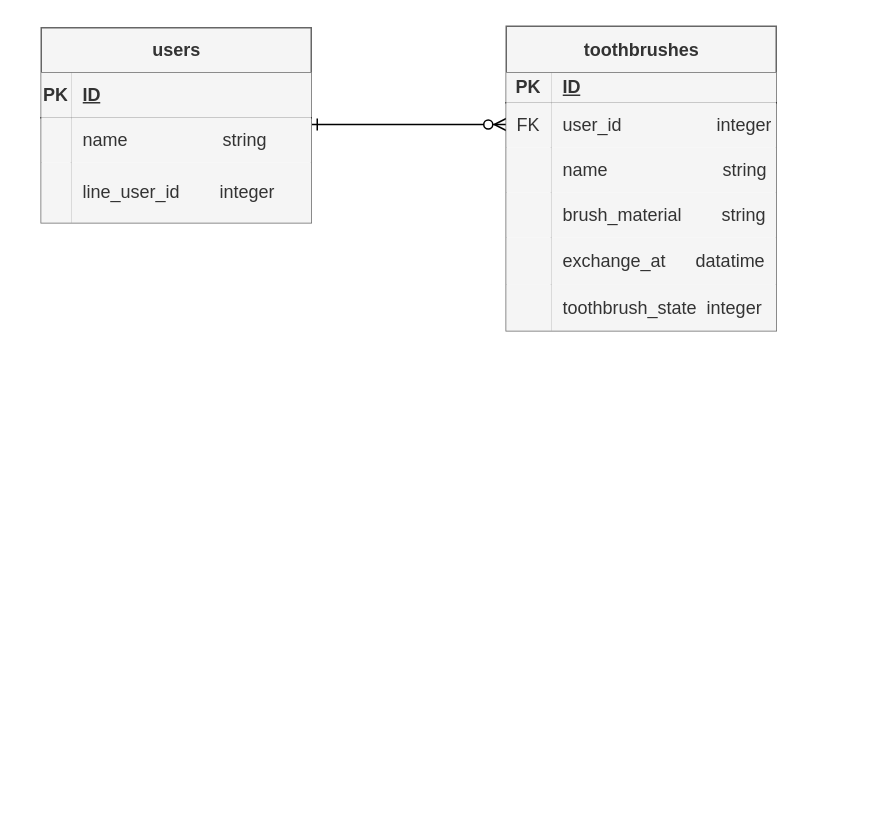
TAMETOMO8/Haburashi_Life keeps this draw.io diagram as Haburashi_Life_ER.drawio. Above is the earlier version. Source tidied: cells renumbered, new cells numbered last; positions are measured from the earlier drawing's top-left corner, leaving out a move shared by most shapes. Both pictures are drawn from the tidied source at 150%, with x=0, y=0 at pixel (40, 26).
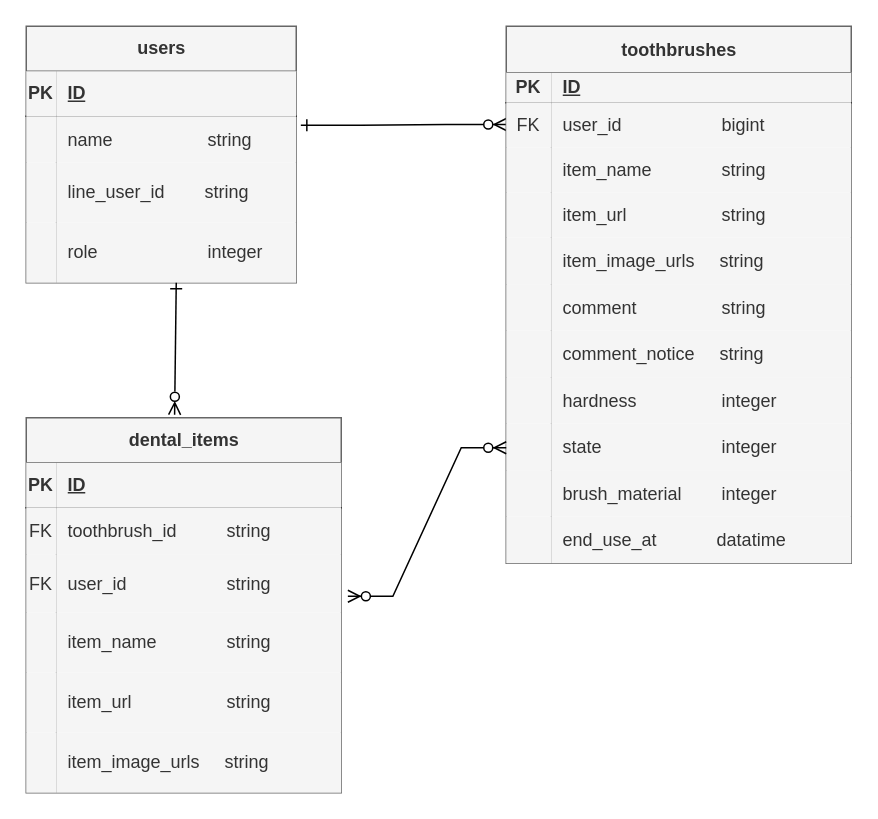
The same diagram, later.

Commit message:
Update:新しいER図に更新

What changed in the source:
```diff
@@
-    <mxCell id="2" style="edgeStyle=entityRelationEdgeStyle;endArrow=ERzeroToMany;startArrow=ERone;endFill=1;startFill=0;" parent="1" edge="1">
+    <mxCell id="2" style="edgeStyle=entityRelationEdgeStyle;endArrow=ERzeroToMany;startArrow=ERone;endFill=1;startFill=0;exitX=1.017;exitY=0.196;exitDx=0;exitDy=0;exitPerimeter=0;" parent="1" edge="1" source="7">
       <mxGeometry relative="1" as="geometry">
-        <mxPoint x="180" y="65.5" as="sourcePoint" />
         <mxPoint x="310" y="65.5" as="targetPoint" />
       </mxGeometry>
     </mxCell>
     <mxCell id="3" value="users" style="shape=table;startSize=30;childLayout=tableLayout;rowLines=0;fontStyle=1;align=center;html=1;fillColor=#f5f5f5;fontColor=#333333;strokeColor=#666666;" parent="1" vertex="1">
-      <mxGeometry y="1" width="180" height="130" as="geometry" />
+      <mxGeometry x="-10" width="180" height="171" as="geometry" />
     </mxCell>
@@
     <mxCell id="7" style="shape=tableRow;horizontal=0;startSize=0;swimlaneHead=0;swimlaneBody=0;fillColor=none;points=[[0,0.5],[1,0.5]];portConstraint=eastwest;top=0;left=0;right=0;bottom=0;" parent="3" vertex="1">
-      <mxGeometry y="60" width="180" height="30" as="geometry" />
+      <mxGeometry y="60" width="180" height="31" as="geometry" />
     </mxCell>
     <mxCell id="8" style="shape=partialRectangle;fillColor=#f5f5f5;top=0;left=0;bottom=0;right=0;overflow=hidden;whiteSpace=wrap;html=1;fontColor=#333333;strokeColor=#666666;" parent="7" vertex="1">
-      <mxGeometry width="20" height="30" as="geometry" />
+      <mxGeometry width="20" height="31" as="geometry" />
     </mxCell>
     <mxCell id="9" value="name&amp;nbsp; &amp;nbsp; &amp;nbsp; &amp;nbsp; &amp;nbsp; &amp;nbsp; &amp;nbsp; &amp;nbsp; &amp;nbsp; &amp;nbsp;string" style="shape=partialRectangle;fillColor=#f5f5f5;top=0;left=0;bottom=0;right=0;align=left;spacingLeft=6;overflow=hidden;whiteSpace=wrap;html=1;fontColor=#333333;strokeColor=#666666;" parent="7" vertex="1">
-      <mxGeometry x="20" width="160" height="30" as="geometry" />
+      <mxGeometry x="20" width="160" height="31" as="geometry" />
     </mxCell>
     <mxCell id="10" style="shape=tableRow;horizontal=0;startSize=0;swimlaneHead=0;swimlaneBody=0;fillColor=none;top=0;left=0;right=0;bottom=0;" parent="3" vertex="1">
-      <mxGeometry y="90" width="180" height="40" as="geometry" />
+      <mxGeometry y="91" width="180" height="40" as="geometry" />
     </mxCell>
@@
-    <mxCell id="12" value="line_user_id&amp;nbsp; &amp;nbsp; &amp;nbsp; &amp;nbsp; integer" style="shape=partialRectangle;fillColor=#f5f5f5;top=0;left=0;bottom=0;right=0;align=left;spacingLeft=6;overflow=hidden;whiteSpace=wrap;html=1;fontColor=#333333;strokeColor=#666666;" parent="10" vertex="1">
+    <mxCell id="12" value="line_user_id&amp;nbsp; &amp;nbsp; &amp;nbsp; &amp;nbsp; string" style="shape=partialRectangle;fillColor=#f5f5f5;top=0;left=0;bottom=0;right=0;align=left;spacingLeft=6;overflow=hidden;whiteSpace=wrap;html=1;fontColor=#333333;strokeColor=#666666;" parent="10" vertex="1">
       <mxGeometry x="20" width="160" height="40" as="geometry" />
     </mxCell>
+    <mxCell id="32" style="shape=tableRow;horizontal=0;startSize=0;swimlaneHead=0;swimlaneBody=0;fillColor=none;top=0;left=0;right=0;bottom=0;" parent="3" vertex="1">
+      <mxGeometry y="131" width="180" height="40" as="geometry" />
+    </mxCell>
+    <mxCell id="33" style="shape=partialRectangle;fillColor=#f5f5f5;top=0;left=0;bottom=0;right=0;overflow=hidden;whiteSpace=wrap;html=1;fontColor=#333333;strokeColor=#666666;" parent="32" vertex="1">
+      <mxGeometry width="20" height="40" as="geometry" />
+    </mxCell>
+    <mxCell id="34" value="role&amp;nbsp; &amp;nbsp; &amp;nbsp; &amp;nbsp; &amp;nbsp; &amp;nbsp; &amp;nbsp; &amp;nbsp; &amp;nbsp; &amp;nbsp; &amp;nbsp; integer" style="shape=partialRectangle;fillColor=#f5f5f5;top=0;left=0;bottom=0;right=0;align=left;spacingLeft=6;overflow=hidden;whiteSpace=wrap;html=1;fontColor=#333333;strokeColor=#666666;" parent="32" vertex="1">
+      <mxGeometry x="20" width="160" height="40" as="geometry" />
+    </mxCell>
     <mxCell id="13" value="toothbrushes" style="shape=table;startSize=31;childLayout=tableLayout;rowLines=0;fontStyle=1;align=center;html=1;swimlaneFillColor=default;fillColor=#f5f5f5;fontColor=#333333;strokeColor=#666666;" parent="1" vertex="1">
-      <mxGeometry x="310" width="180" height="203" as="geometry" />
+      <mxGeometry x="310" width="230" height="358" as="geometry" />
     </mxCell>
     <mxCell id="14" style="shape=tableRow;horizontal=0;startSize=0;swimlaneHead=0;swimlaneBody=0;fillColor=none;top=0;left=0;right=0;bottom=1;" parent="13" vertex="1">
-      <mxGeometry y="31" width="180" height="20" as="geometry" />
+      <mxGeometry y="31" width="230" height="20" as="geometry" />
     </mxCell>
@@
     <mxCell id="16" value="ID" style="shape=partialRectangle;fillColor=#f5f5f5;top=0;left=0;bottom=0;right=0;align=left;spacingLeft=6;fontStyle=5;overflow=hidden;whiteSpace=wrap;html=1;fontColor=#333333;strokeColor=#666666;" parent="14" vertex="1">
-      <mxGeometry x="30" width="150" height="20" as="geometry" />
+      <mxGeometry x="30" width="200" height="20" as="geometry" />
     </mxCell>
     <mxCell id="17" style="shape=tableRow;horizontal=0;startSize=0;swimlaneHead=0;swimlaneBody=0;fillColor=none;top=0;left=0;right=0;bottom=0;" parent="13" vertex="1">
-      <mxGeometry y="51" width="180" height="30" as="geometry" />
+      <mxGeometry y="51" width="230" height="30" as="geometry" />
     </mxCell>
@@
-    <mxCell id="19" value="user_id&amp;nbsp; &amp;nbsp; &amp;nbsp; &amp;nbsp; &amp;nbsp; &amp;nbsp; &amp;nbsp; &amp;nbsp; &amp;nbsp; &amp;nbsp;integer" style="shape=partialRectangle;fillColor=#f5f5f5;top=0;left=0;bottom=0;right=0;align=left;spacingLeft=6;overflow=hidden;whiteSpace=wrap;html=1;fontColor=#333333;strokeColor=#666666;" parent="17" vertex="1">
-      <mxGeometry x="30" width="150" height="30" as="geometry" />
+    <mxCell id="19" value="user_id&amp;nbsp; &amp;nbsp; &amp;nbsp; &amp;nbsp; &amp;nbsp; &amp;nbsp; &amp;nbsp; &amp;nbsp; &amp;nbsp; &amp;nbsp; bigint" style="shape=partialRectangle;fillColor=#f5f5f5;top=0;left=0;bottom=0;right=0;align=left;spacingLeft=6;overflow=hidden;whiteSpace=wrap;html=1;fontColor=#333333;strokeColor=#666666;" parent="17" vertex="1">
+      <mxGeometry x="30" width="200" height="30" as="geometry" />
     </mxCell>
     <mxCell id="20" style="shape=tableRow;horizontal=0;startSize=0;swimlaneHead=0;swimlaneBody=0;fillColor=none;top=0;left=0;right=0;bottom=0;" parent="13" vertex="1">
-      <mxGeometry y="81" width="180" height="30" as="geometry" />
+      <mxGeometry y="81" width="230" height="30" as="geometry" />
     </mxCell>
@@
-    <mxCell id="22" value="name&amp;nbsp; &amp;nbsp; &amp;nbsp; &amp;nbsp; &amp;nbsp; &amp;nbsp; &amp;nbsp; &amp;nbsp; &amp;nbsp; &amp;nbsp; &amp;nbsp; &amp;nbsp;string" style="shape=partialRectangle;top=0;left=0;bottom=0;right=0;align=left;spacingLeft=6;overflow=hidden;whiteSpace=wrap;html=1;fillColor=#f5f5f5;fontColor=#333333;strokeColor=#666666;" parent="20" vertex="1">
-      <mxGeometry x="30" width="150" height="30" as="geometry" />
+    <mxCell id="22" value="item_name&amp;nbsp; &amp;nbsp; &amp;nbsp; &amp;nbsp; &amp;nbsp; &amp;nbsp; &amp;nbsp; string" style="shape=partialRectangle;top=0;left=0;bottom=0;right=0;align=left;spacingLeft=6;overflow=hidden;whiteSpace=wrap;html=1;fillColor=#f5f5f5;fontColor=#333333;strokeColor=#666666;" parent="20" vertex="1">
+      <mxGeometry x="30" width="200" height="30" as="geometry" />
     </mxCell>
-    <mxCell id="23" style="shape=tableRow;horizontal=0;startSize=0;swimlaneHead=0;swimlaneBody=0;fillColor=none;top=0;left=0;right=0;bottom=0;" parent="13" vertex="1">
-      <mxGeometry y="111" width="180" height="30" as="geometry" />
-    </mxCell>
-    <mxCell id="24" style="shape=partialRectangle;top=0;left=0;bottom=0;right=0;overflow=hidden;whiteSpace=wrap;html=1;fillColor=#f5f5f5;fontColor=#333333;strokeColor=#666666;" parent="23" vertex="1">
-      <mxGeometry width="30" height="30" as="geometry" />
-    </mxCell>
-    <mxCell id="25" value="brush_material&amp;nbsp; &amp;nbsp; &amp;nbsp; &amp;nbsp; string" style="shape=partialRectangle;fillColor=#f5f5f5;top=0;left=0;bottom=0;right=0;align=left;spacingLeft=6;overflow=hidden;whiteSpace=wrap;html=1;fontColor=#333333;strokeColor=#666666;" parent="23" vertex="1">
-      <mxGeometry x="30" width="150" height="30" as="geometry" />
-    </mxCell>
+    <mxCell id="35" style="shape=tableRow;horizontal=0;startSize=0;swimlaneHead=0;swimlaneBody=0;fillColor=none;top=0;left=0;right=0;bottom=0;" parent="13" vertex="1">
+      <mxGeometry y="111" width="230" height="30" as="geometry" />
+    </mxCell>
+    <mxCell id="36" style="shape=partialRectangle;fillColor=#f5f5f5;top=0;left=0;bottom=0;right=0;overflow=hidden;whiteSpace=wrap;html=1;fontColor=#333333;strokeColor=#666666;" parent="35" vertex="1">
+      <mxGeometry width="30" height="30" as="geometry" />
+    </mxCell>
+    <mxCell id="37" value="item_url&amp;nbsp; &amp;nbsp; &amp;nbsp; &amp;nbsp; &amp;nbsp; &amp;nbsp; &amp;nbsp; &amp;nbsp; &amp;nbsp; &amp;nbsp;string" style="shape=partialRectangle;fillColor=#f5f5f5;top=0;left=0;bottom=0;right=0;align=left;spacingLeft=6;overflow=hidden;whiteSpace=wrap;html=1;fontColor=#333333;strokeColor=#666666;" parent="35" vertex="1">
+      <mxGeometry x="30" width="200" height="30" as="geometry" />
+    </mxCell>
+    <mxCell id="38" style="shape=tableRow;horizontal=0;startSize=0;swimlaneHead=0;swimlaneBody=0;fillColor=none;top=0;left=0;right=0;bottom=0;" parent="13" vertex="1">
+      <mxGeometry y="141" width="230" height="31" as="geometry" />
+    </mxCell>
+    <mxCell id="39" style="shape=partialRectangle;fillColor=#f5f5f5;top=0;left=0;bottom=0;right=0;overflow=hidden;whiteSpace=wrap;html=1;fontColor=#333333;strokeColor=#666666;" parent="38" vertex="1">
+      <mxGeometry width="30" height="31" as="geometry" />
+    </mxCell>
+    <mxCell id="40" value="item_image_urls&amp;nbsp; &amp;nbsp; &amp;nbsp;string" style="shape=partialRectangle;fillColor=#f5f5f5;top=0;left=0;bottom=0;right=0;align=left;spacingLeft=6;overflow=hidden;whiteSpace=wrap;html=1;fontColor=#333333;strokeColor=#666666;" parent="38" vertex="1">
+      <mxGeometry x="30" width="200" height="31" as="geometry" />
+    </mxCell>
+    <mxCell id="41" style="shape=tableRow;horizontal=0;startSize=0;swimlaneHead=0;swimlaneBody=0;fillColor=none;top=0;left=0;right=0;bottom=0;" parent="13" vertex="1">
+      <mxGeometry y="172" width="230" height="31" as="geometry" />
+    </mxCell>
+    <mxCell id="42" style="shape=partialRectangle;fillColor=#f5f5f5;top=0;left=0;bottom=0;right=0;overflow=hidden;whiteSpace=wrap;html=1;fontColor=#333333;strokeColor=#666666;" parent="41" vertex="1">
+      <mxGeometry width="30" height="31" as="geometry" />
+    </mxCell>
+    <mxCell id="43" value="comment&amp;nbsp; &amp;nbsp; &amp;nbsp; &amp;nbsp; &amp;nbsp; &amp;nbsp; &amp;nbsp; &amp;nbsp; &amp;nbsp;string" style="shape=partialRectangle;fillColor=#f5f5f5;top=0;left=0;bottom=0;right=0;align=left;spacingLeft=6;overflow=hidden;whiteSpace=wrap;html=1;fontColor=#333333;strokeColor=#666666;" parent="41" vertex="1">
+      <mxGeometry x="30" width="200" height="31" as="geometry" />
+    </mxCell>
+    <mxCell id="44" style="shape=tableRow;horizontal=0;startSize=0;swimlaneHead=0;swimlaneBody=0;fillColor=none;top=0;left=0;right=0;bottom=0;" parent="13" vertex="1">
+      <mxGeometry y="203" width="230" height="31" as="geometry" />
+    </mxCell>
+    <mxCell id="45" style="shape=partialRectangle;fillColor=#f5f5f5;top=0;left=0;bottom=0;right=0;overflow=hidden;whiteSpace=wrap;html=1;fontColor=#333333;strokeColor=#666666;" parent="44" vertex="1">
+      <mxGeometry width="30" height="31" as="geometry" />
+    </mxCell>
+    <mxCell id="46" value="comment_notice&amp;nbsp; &amp;nbsp; &amp;nbsp;string&amp;nbsp;" style="shape=partialRectangle;fillColor=#f5f5f5;top=0;left=0;bottom=0;right=0;align=left;spacingLeft=6;overflow=hidden;whiteSpace=wrap;html=1;fontColor=#333333;strokeColor=#666666;" parent="44" vertex="1">
+      <mxGeometry x="30" width="200" height="31" as="geometry" />
+    </mxCell>
     <mxCell id="26" style="shape=tableRow;horizontal=0;startSize=0;swimlaneHead=0;swimlaneBody=0;fillColor=none;top=0;left=0;right=0;bottom=0;" parent="13" vertex="1">
-      <mxGeometry y="141" width="180" height="31" as="geometry" />
+      <mxGeometry y="234" width="230" height="31" as="geometry" />
     </mxCell>
@@
-    <mxCell id="28" value="exchange_at&amp;nbsp; &amp;nbsp; &amp;nbsp; datatime" style="shape=partialRectangle;fillColor=#f5f5f5;top=0;left=0;bottom=0;right=0;align=left;spacingLeft=6;overflow=hidden;whiteSpace=wrap;html=1;fontColor=#333333;strokeColor=#666666;" parent="26" vertex="1">
-      <mxGeometry x="30" width="150" height="31" as="geometry" />
+    <mxCell id="28" value="hardness&amp;nbsp; &amp;nbsp; &amp;nbsp; &amp;nbsp; &amp;nbsp; &amp;nbsp; &amp;nbsp; &amp;nbsp; &amp;nbsp;integer" style="shape=partialRectangle;fillColor=#f5f5f5;top=0;left=0;bottom=0;right=0;align=left;spacingLeft=6;overflow=hidden;whiteSpace=wrap;html=1;fontColor=#333333;strokeColor=#666666;" parent="26" vertex="1">
+      <mxGeometry x="30" width="200" height="31" as="geometry" />
     </mxCell>
     <mxCell id="29" style="shape=tableRow;horizontal=0;startSize=0;swimlaneHead=0;swimlaneBody=0;fillColor=none;top=0;left=0;right=0;bottom=0;" parent="13" vertex="1">
-      <mxGeometry y="172" width="180" height="31" as="geometry" />
+      <mxGeometry y="265" width="230" height="31" as="geometry" />
     </mxCell>
@@
-    <mxCell id="31" value="toothbrush_state&amp;nbsp; integer" style="shape=partialRectangle;fillColor=#f5f5f5;top=0;left=0;bottom=0;right=0;align=left;spacingLeft=6;overflow=hidden;whiteSpace=wrap;html=1;fontColor=#333333;strokeColor=#666666;" parent="29" vertex="1">
-      <mxGeometry x="30" width="150" height="31" as="geometry" />
+    <mxCell id="31" value="state&amp;nbsp; &amp;nbsp; &amp;nbsp; &amp;nbsp; &amp;nbsp; &amp;nbsp; &amp;nbsp; &amp;nbsp; &amp;nbsp; &amp;nbsp; &amp;nbsp; &amp;nbsp; integer" style="shape=partialRectangle;fillColor=#f5f5f5;top=0;left=0;bottom=0;right=0;align=left;spacingLeft=6;overflow=hidden;whiteSpace=wrap;html=1;fontColor=#333333;strokeColor=#666666;" parent="29" vertex="1">
+      <mxGeometry x="30" width="200" height="31" as="geometry" />
     </mxCell>
+    <mxCell id="47" style="shape=tableRow;horizontal=0;startSize=0;swimlaneHead=0;swimlaneBody=0;fillColor=none;top=0;left=0;right=0;bottom=0;" parent="13" vertex="1">
+      <mxGeometry y="296" width="230" height="31" as="geometry" />
+    </mxCell>
+    <mxCell id="48" style="shape=partialRectangle;fillColor=#f5f5f5;top=0;left=0;bottom=0;right=0;overflow=hidden;whiteSpace=wrap;html=1;fontColor=#333333;strokeColor=#666666;" parent="47" vertex="1">
+      <mxGeometry width="30" height="31" as="geometry" />
+    </mxCell>
+    <mxCell id="49" value="brush_material&amp;nbsp; &amp;nbsp; &amp;nbsp; &amp;nbsp; integer" style="shape=partialRectangle;fillColor=#f5f5f5;top=0;left=0;bottom=0;right=0;align=left;spacingLeft=6;overflow=hidden;whiteSpace=wrap;html=1;fontColor=#333333;strokeColor=#666666;" parent="47" vertex="1">
+      <mxGeometry x="30" width="200" height="31" as="geometry" />
+    </mxCell>
+    <mxCell id="50" style="shape=tableRow;horizontal=0;startSize=0;swimlaneHead=0;swimlaneBody=0;fillColor=none;top=0;left=0;right=0;bottom=0;" parent="13" vertex="1">
+      <mxGeometry y="327" width="230" height="31" as="geometry" />
+    </mxCell>
+    <mxCell id="51" style="shape=partialRectangle;fillColor=#f5f5f5;top=0;left=0;bottom=0;right=0;overflow=hidden;whiteSpace=wrap;html=1;fontColor=#333333;strokeColor=#666666;" parent="50" vertex="1">
+      <mxGeometry width="30" height="31" as="geometry" />
+    </mxCell>
+    <mxCell id="52" value="end_use_at&amp;nbsp; &amp;nbsp; &amp;nbsp; &amp;nbsp; &amp;nbsp; &amp;nbsp; datatime" style="shape=partialRectangle;fillColor=#f5f5f5;top=0;left=0;bottom=0;right=0;align=left;spacingLeft=6;overflow=hidden;whiteSpace=wrap;html=1;fontColor=#333333;strokeColor=#666666;" parent="50" vertex="1">
+      <mxGeometry x="30" width="200" height="31" as="geometry" />
+    </mxCell>
+    <mxCell id="53" value="dental_items" style="shape=table;startSize=30;childLayout=tableLayout;rowLines=0;fontStyle=1;align=center;html=1;fillColor=#f5f5f5;fontColor=#333333;strokeColor=#666666;" parent="1" vertex="1">
+      <mxGeometry x="-10" y="261" width="210" height="250" as="geometry" />
+    </mxCell>
+    <mxCell id="54" style="shape=tableRow;horizontal=0;startSize=0;swimlaneHead=0;swimlaneBody=0;fillColor=none;top=0;left=0;right=0;bottom=1;strokeColor=#000000;" parent="53" vertex="1">
+      <mxGeometry y="30" width="210" height="30" as="geometry" />
+    </mxCell>
+    <mxCell id="55" value="PK" style="shape=partialRectangle;fillColor=#f5f5f5;top=0;left=0;bottom=0;right=0;fontStyle=1;overflow=hidden;whiteSpace=wrap;html=1;fontColor=#333333;strokeColor=#666666;" parent="54" vertex="1">
+      <mxGeometry width="20" height="30" as="geometry" />
+    </mxCell>
+    <mxCell id="56" value="ID" style="shape=partialRectangle;fillColor=#f5f5f5;top=0;left=0;bottom=0;right=0;align=left;spacingLeft=6;fontStyle=5;overflow=hidden;whiteSpace=wrap;html=1;fontColor=#333333;strokeColor=#666666;" parent="54" vertex="1">
+      <mxGeometry x="20" width="190" height="30" as="geometry" />
+    </mxCell>
+    <mxCell id="57" style="shape=tableRow;horizontal=0;startSize=0;swimlaneHead=0;swimlaneBody=0;fillColor=none;top=0;left=0;right=0;bottom=0;" parent="53" vertex="1">
+      <mxGeometry y="60" width="210" height="31" as="geometry" />
+    </mxCell>
+    <mxCell id="58" value="FK" style="shape=partialRectangle;fillColor=#f5f5f5;top=0;left=0;bottom=0;right=0;overflow=hidden;whiteSpace=wrap;html=1;fontColor=#333333;strokeColor=#666666;" parent="57" vertex="1">
+      <mxGeometry width="20" height="31" as="geometry" />
+    </mxCell>
+    <mxCell id="59" value="toothbrush_id&amp;nbsp; &amp;nbsp; &amp;nbsp; &amp;nbsp; &amp;nbsp; string" style="shape=partialRectangle;fillColor=#f5f5f5;top=0;left=0;bottom=0;right=0;align=left;spacingLeft=6;overflow=hidden;whiteSpace=wrap;html=1;fontColor=#333333;strokeColor=#666666;" parent="57" vertex="1">
+      <mxGeometry x="20" width="190" height="31" as="geometry" />
+    </mxCell>
+    <mxCell id="60" style="shape=tableRow;horizontal=0;startSize=0;swimlaneHead=0;swimlaneBody=0;fillColor=none;points=[[0,0.5],[1,0.5]];portConstraint=eastwest;top=0;left=0;right=0;bottom=0;" parent="53" vertex="1">
+      <mxGeometry y="91" width="210" height="39" as="geometry" />
+    </mxCell>
+    <mxCell id="61" value="FK" style="shape=partialRectangle;fillColor=#f5f5f5;top=0;left=0;bottom=0;right=0;overflow=hidden;whiteSpace=wrap;html=1;fontColor=#333333;strokeColor=#666666;" parent="60" vertex="1">
+      <mxGeometry width="20" height="39" as="geometry" />
+    </mxCell>
+    <mxCell id="62" value="user_id&amp;nbsp; &amp;nbsp; &amp;nbsp; &amp;nbsp; &amp;nbsp; &amp;nbsp; &amp;nbsp; &amp;nbsp; &amp;nbsp; &amp;nbsp; string" style="shape=partialRectangle;fillColor=#f5f5f5;top=0;left=0;bottom=0;right=0;align=left;spacingLeft=6;overflow=hidden;whiteSpace=wrap;html=1;fontColor=#333333;strokeColor=#666666;" parent="60" vertex="1">
+      <mxGeometry x="20" width="190" height="39" as="geometry" />
+    </mxCell>
+    <mxCell id="63" style="shape=tableRow;horizontal=0;startSize=0;swimlaneHead=0;swimlaneBody=0;fillColor=none;top=0;left=0;right=0;bottom=0;" parent="53" vertex="1">
+      <mxGeometry y="130" width="210" height="40" as="geometry" />
+    </mxCell>
+    <mxCell id="64" style="shape=partialRectangle;fillColor=#f5f5f5;top=0;left=0;bottom=0;right=0;overflow=hidden;whiteSpace=wrap;html=1;fontColor=#333333;strokeColor=#666666;" parent="63" vertex="1">
+      <mxGeometry width="20" height="40" as="geometry" />
+    </mxCell>
+    <mxCell id="65" value="item_name&amp;nbsp; &amp;nbsp; &amp;nbsp; &amp;nbsp; &amp;nbsp; &amp;nbsp; &amp;nbsp; string" style="shape=partialRectangle;fillColor=#f5f5f5;top=0;left=0;bottom=0;right=0;align=left;spacingLeft=6;overflow=hidden;whiteSpace=wrap;html=1;fontColor=#333333;strokeColor=#666666;" parent="63" vertex="1">
+      <mxGeometry x="20" width="190" height="40" as="geometry" />
+    </mxCell>
+    <mxCell id="66" style="shape=tableRow;horizontal=0;startSize=0;swimlaneHead=0;swimlaneBody=0;fillColor=none;top=0;left=0;right=0;bottom=0;" parent="53" vertex="1">
+      <mxGeometry y="170" width="210" height="40" as="geometry" />
+    </mxCell>
+    <mxCell id="67" style="shape=partialRectangle;fillColor=#f5f5f5;top=0;left=0;bottom=0;right=0;overflow=hidden;whiteSpace=wrap;html=1;fontColor=#333333;strokeColor=#666666;" parent="66" vertex="1">
+      <mxGeometry width="20" height="40" as="geometry" />
+    </mxCell>
+    <mxCell id="68" value="item_url&amp;nbsp; &amp;nbsp; &amp;nbsp; &amp;nbsp; &amp;nbsp; &amp;nbsp; &amp;nbsp; &amp;nbsp; &amp;nbsp; &amp;nbsp;string" style="shape=partialRectangle;fillColor=#f5f5f5;top=0;left=0;bottom=0;right=0;align=left;spacingLeft=6;overflow=hidden;whiteSpace=wrap;html=1;fontColor=#333333;strokeColor=#666666;" parent="66" vertex="1">
+      <mxGeometry x="20" width="190" height="40" as="geometry" />
+    </mxCell>
+    <mxCell id="69" style="shape=tableRow;horizontal=0;startSize=0;swimlaneHead=0;swimlaneBody=0;fillColor=none;top=0;left=0;right=0;bottom=0;" parent="53" vertex="1">
+      <mxGeometry y="210" width="210" height="40" as="geometry" />
+    </mxCell>
+    <mxCell id="70" style="shape=partialRectangle;fillColor=#f5f5f5;top=0;left=0;bottom=0;right=0;overflow=hidden;whiteSpace=wrap;html=1;fontColor=#333333;strokeColor=#666666;" parent="69" vertex="1">
+      <mxGeometry width="20" height="40" as="geometry" />
+    </mxCell>
+    <mxCell id="71" value="item_image_urls&amp;nbsp; &amp;nbsp; &amp;nbsp;string" style="shape=partialRectangle;fillColor=#f5f5f5;top=0;left=0;bottom=0;right=0;align=left;spacingLeft=6;overflow=hidden;whiteSpace=wrap;html=1;fontColor=#333333;strokeColor=#666666;" parent="69" vertex="1">
+      <mxGeometry x="20" width="190" height="40" as="geometry" />
+    </mxCell>
+    <mxCell id="72" style="edgeStyle=entityRelationEdgeStyle;fontSize=12;html=1;endArrow=ERzeroToMany;endFill=1;startArrow=ERzeroToMany;rounded=0;exitX=1.021;exitY=0.718;exitDx=0;exitDy=0;exitPerimeter=0;" parent="1" edge="1" source="60">
+      <mxGeometry relative="1" as="geometry">
+        <mxPoint x="310" y="281" as="targetPoint" />
+      </mxGeometry>
+    </mxCell>
+    <mxCell id="73" style="endArrow=ERzeroToMany;html=1;rounded=0;exitX=0.892;exitY=1.1;exitDx=0;exitDy=0;exitPerimeter=0;startArrow=ERone;startFill=0;endFill=0;entryX=0.471;entryY=-0.008;entryDx=0;entryDy=0;entryPerimeter=0;" parent="1" edge="1" target="53">
+      <mxGeometry relative="1" as="geometry">
+        <mxPoint x="90" y="171" as="sourcePoint" />
+      </mxGeometry>
+    </mxCell>
```
